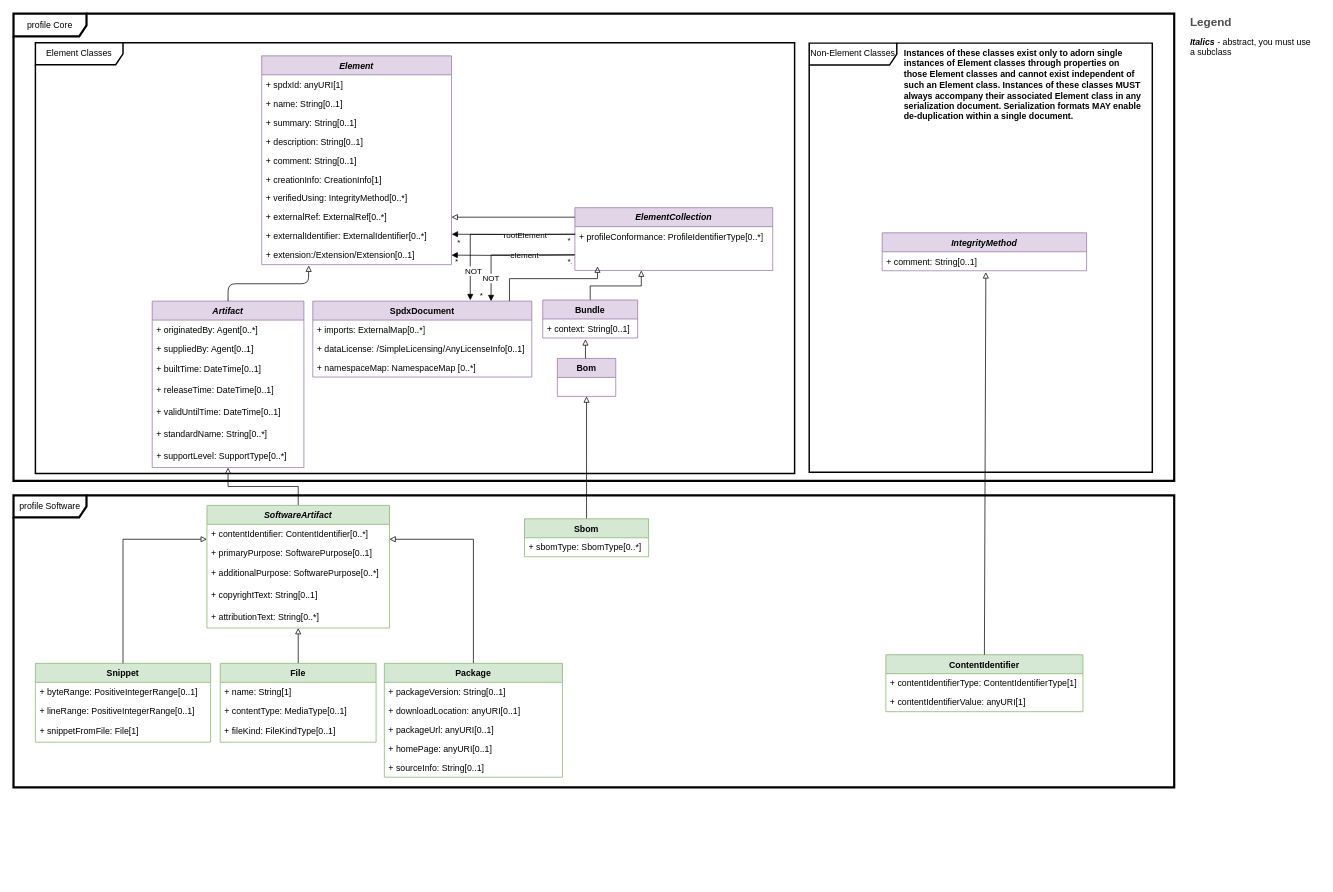
Earlier version of the draw.io diagram page "Software" (3 of 11) of model.drawio (spdx/spdx-3-model). Source tidied: cells renumbered, new cells numbered last; positions are measured from the earlier drawing's top-left corner, leaving out a move shared by most shapes. Both pictures are drawn from the tidied source at 73%, with x=0, y=0 at pixel (13, 13).
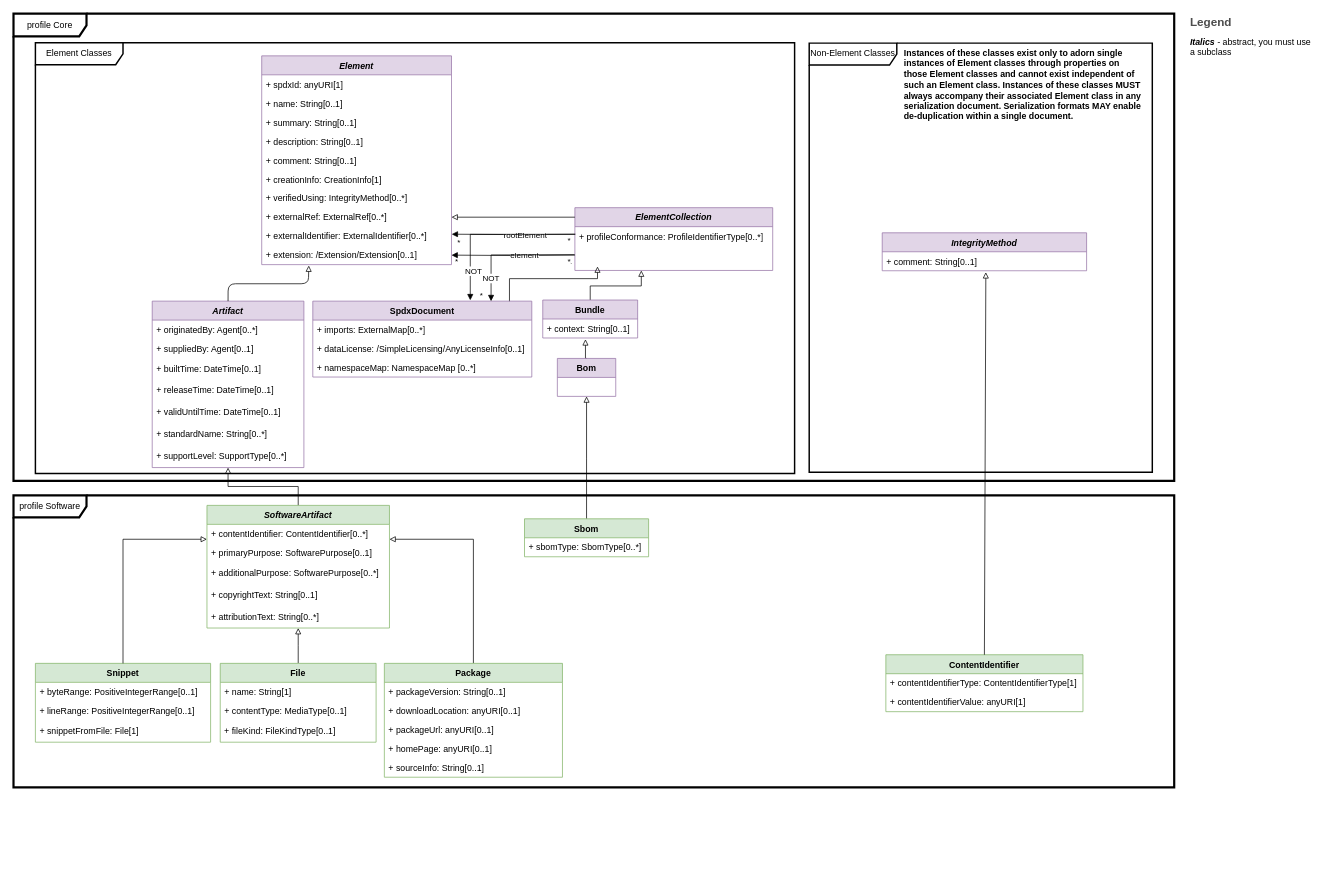
The same diagram, later.

The change refers to these unchanged cells:
```xml
<mxCell id="5" value="Element" style="swimlane;fontStyle=3;horizontal=1;startSize=26;fillColor=#e1d5e7;strokeColor=#9673a6;" parent="1" vertex="1">
  <mxGeometry x="340" y="58" width="260" height="286" as="geometry" />
</mxCell>
```

The edit, as a diff of the source:
```diff
@@
-    <mxCell id="15" value="+ extension:/Extension/Extension[0..1]" style="text;strokeColor=none;fillColor=none;align=left;verticalAlign=top;spacingLeft=4;spacingRight=4;overflow=hidden;points=[[0,0.5],[1,0.5]];portConstraint=eastwest;" parent="5" vertex="1">
+    <mxCell id="15" value="+ extension: /Extension/Extension[0..1]" style="text;strokeColor=none;fillColor=none;align=left;verticalAlign=top;spacingLeft=4;spacingRight=4;overflow=hidden;points=[[0,0.5],[1,0.5]];portConstraint=eastwest;" parent="5" vertex="1">
       <mxGeometry y="260" width="260" height="26" as="geometry" />
     </mxCell>
```
